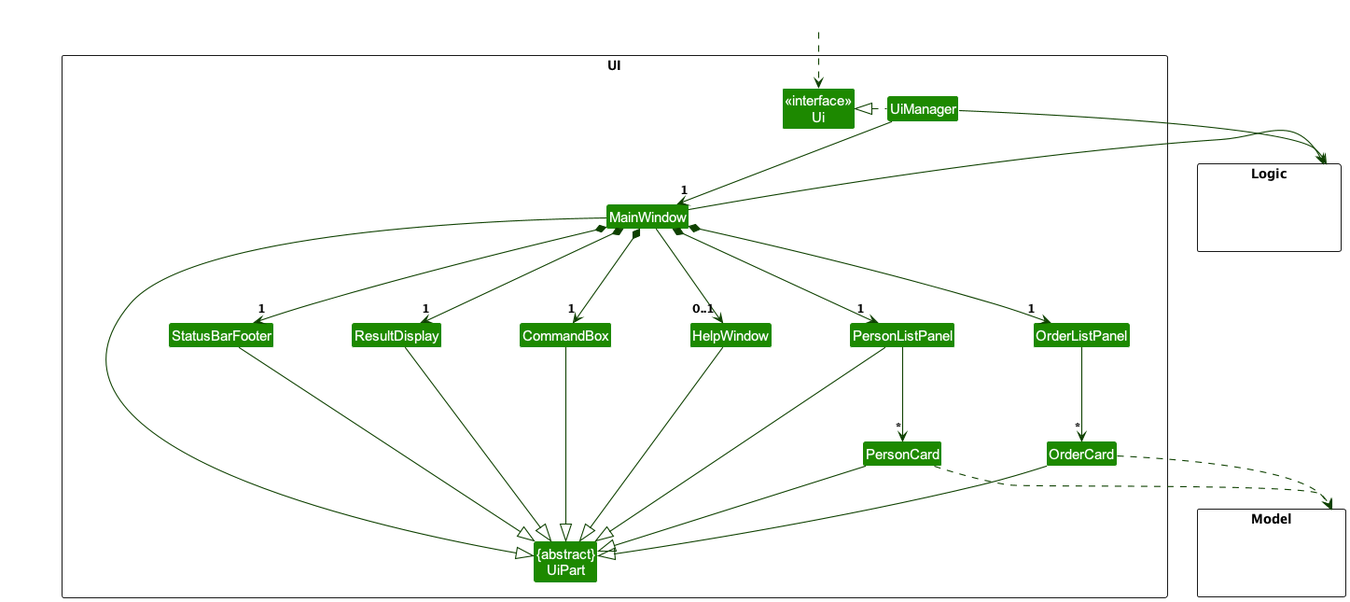
Before: docs/images/UiClassDiagram.png, a diagram exported from PlantUML (bertrandong/tp).
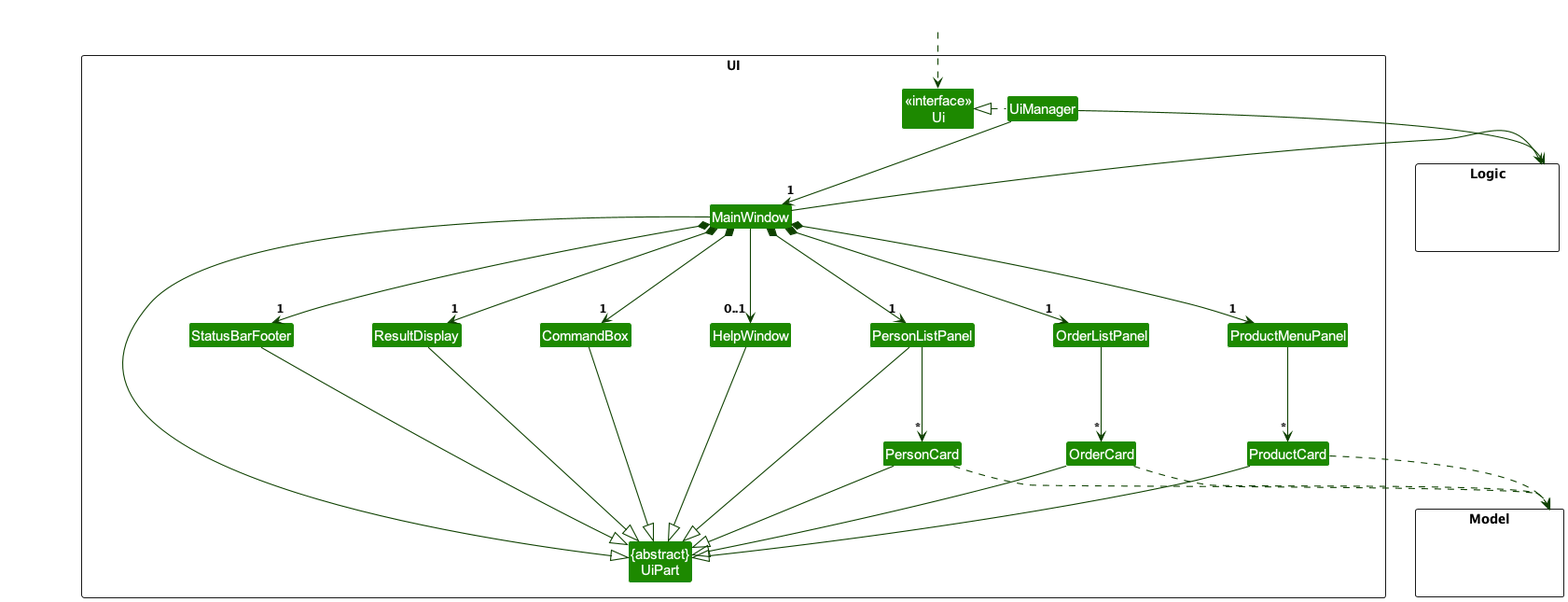
After the commit.

Diff of the diagram source:
```diff
@@ -17,6 +17,8 @@
 Class CommandBox
 Class OrderListPanel
 Class OrderCard
+Class ProductMenuPanel
+Class ProductCard
 }
 
 package Model <<Rectangle>> {
@@ -38,9 +40,11 @@
 MainWindow *-down-> "1" StatusBarFooter
 MainWindow --> "0..1" HelpWindow
 MainWindow *-down-> "1" OrderListPanel
+MainWindow *-down-> "1" ProductMenuPanel
 
 PersonListPanel -down-> "*" PersonCard
 OrderListPanel -down-> "*" OrderCard
+ProductMenuPanel -down-> "*" ProductCard
 
 MainWindow -left-|> UiPart
 
@@ -51,9 +55,11 @@
 StatusBarFooter --|> UiPart
 HelpWindow --|> UiPart
 OrderCard --|> UiPart
+ProductCard --|> UiPart
 
 PersonCard ..> Model
 OrderCard ..> Model
+ProductCard ..> Model
 UiManager -right-> Logic
 MainWindow -left-> Logic
 
```
